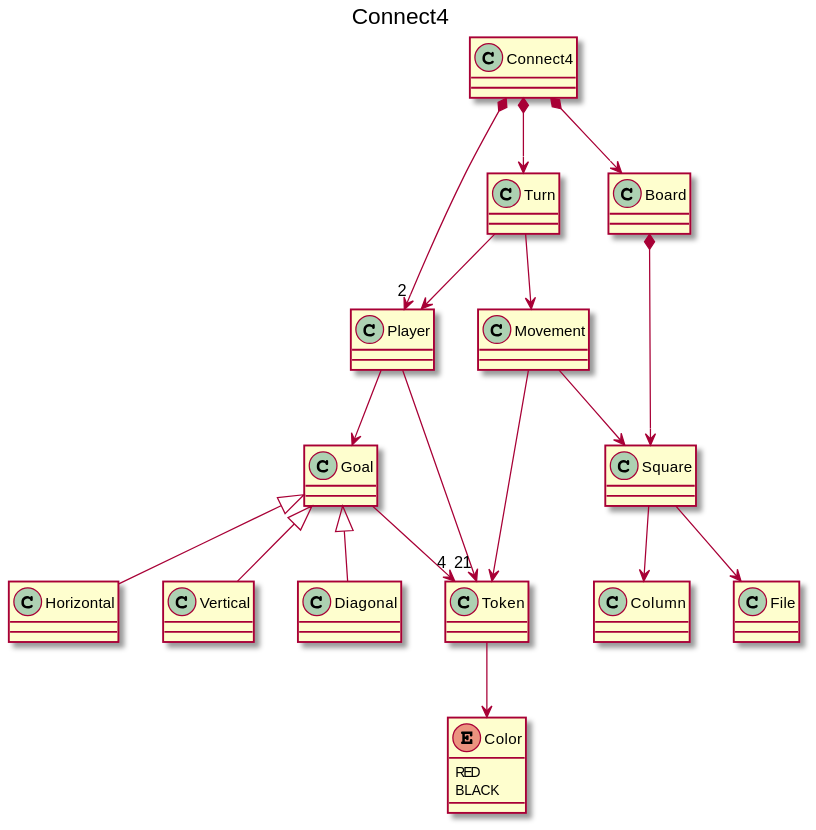
USantaTecla-ed-mpds/lab-dijkstra keeps this PlantUML diagram as tech-plantuml/game-connect4/semanaActual/docs/images/Connect4-Connect4.svg. Above is the earlier version.
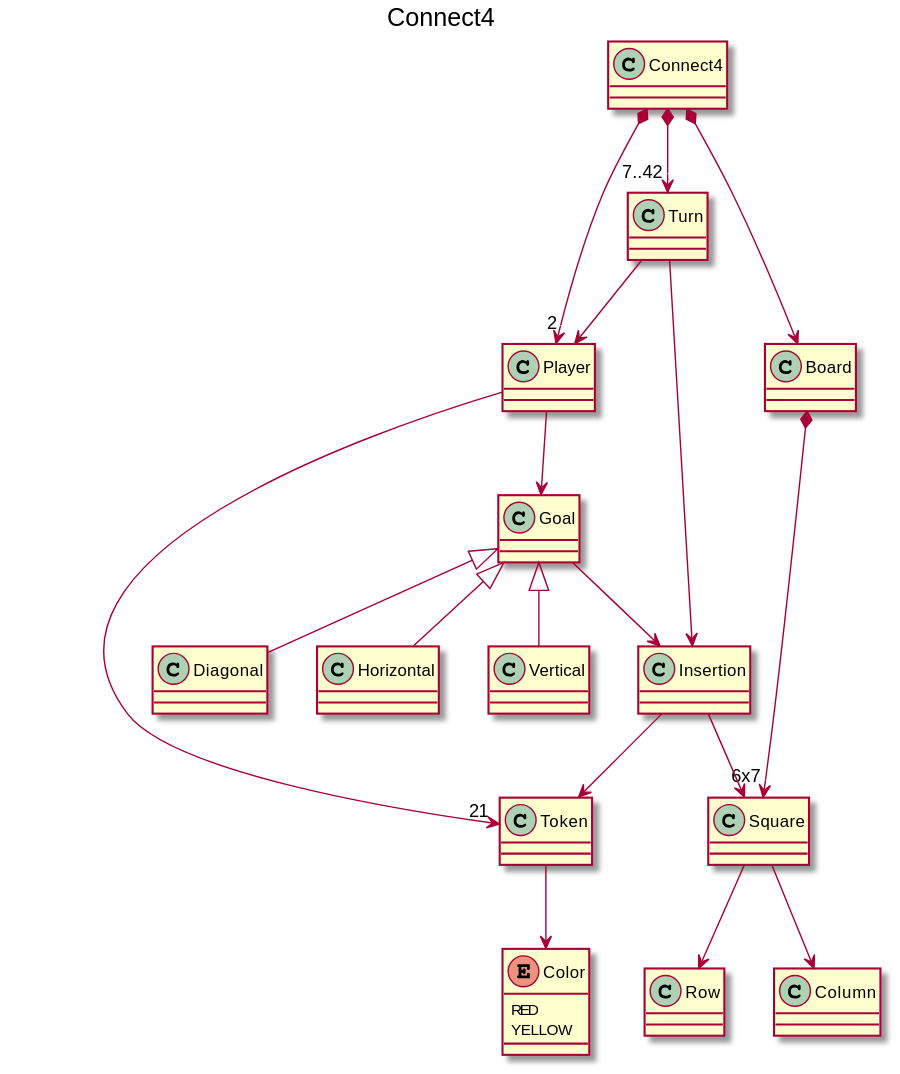
The same diagram one commit later.

Commit message:
Update Connect4 and Klondike domain model diagram and initial State

Change to the diagram source:
```diff
@@ -3,25 +3,25 @@
 
 enum Color{
 RED
-BLACK
+YELLOW
 }
 
-Connect4 *--> Turn
+Connect4 *--> "7..42" Turn
 Connect4 *--> Board
 Connect4 *--> "2" Player
 Turn --> Player
-Turn --> Movement
-Goal --> "4" Token
+Turn --> Insertion
+Goal --> Insertion
 Player --> "21" Token
 Player --> Goal
 Goal <|-- Vertical
 Goal <|-- Diagonal
 Goal <|-- Horizontal
-Board *--> Square
+Board *--> "6x7" Square
 Token --> Color
-Movement --> Token
-Movement --> Square
+Insertion --> Token
+Insertion --> Square
 Square --> Column
-Square --> File
+Square --> Row
 
 @enduml
```
